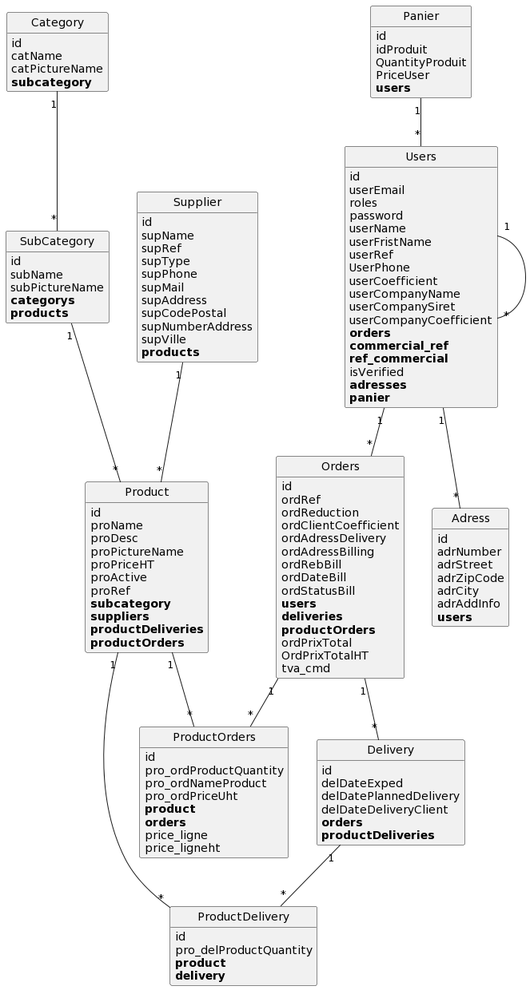
The PlantUML diagram puml/index.png in Debl0xMain/AppWeb, before a commit.
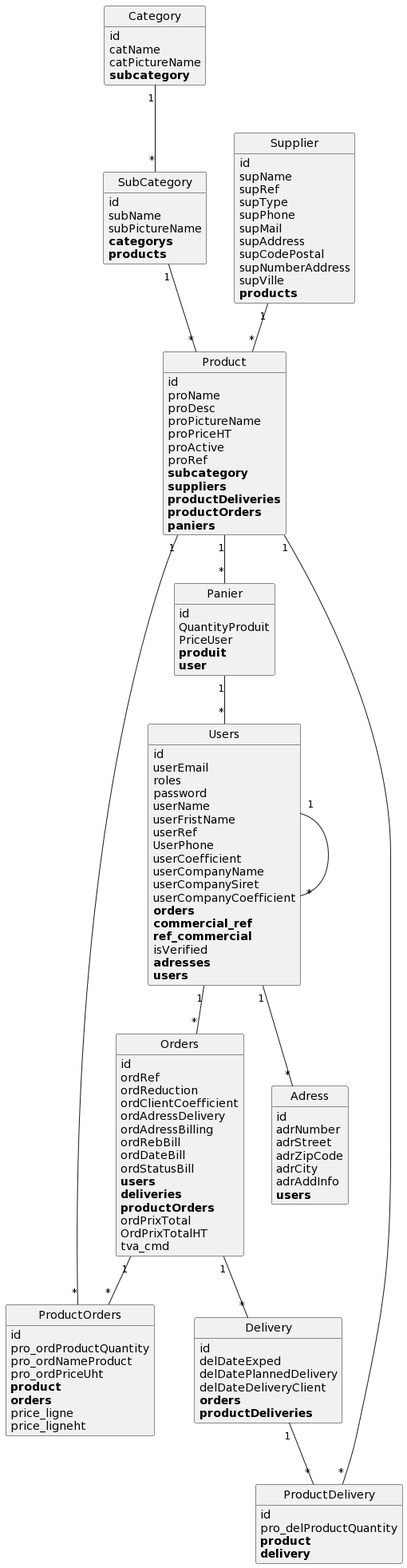
After the change.

Diff of the diagram source:
```diff
@@ -12,10 +12,10 @@
 
 class Panier {
 	id
-	idProduit
 	QuantityProduit
 	PriceUser
-	**users**
+	**produit**
+	**user**
 }
 
 class Users {
@@ -36,7 +36,7 @@
 	**ref_commercial**
 	isVerified
 	**adresses**
-	**panier**
+	**users**
 }
 
 class Category {
@@ -85,6 +85,7 @@
 	**suppliers**
 	**productDeliveries**
 	**productOrders**
+	**paniers**
 }
 
 class SubCategory {
@@ -136,6 +137,7 @@
 Delivery "1"--"*" ProductDelivery
 Product "1"--"*" ProductDelivery
 Product "1"--"*" ProductOrders
+Product "1"--"*" Panier
 SubCategory "1"--"*" Product
 Supplier "1"--"*" Product
 
```
